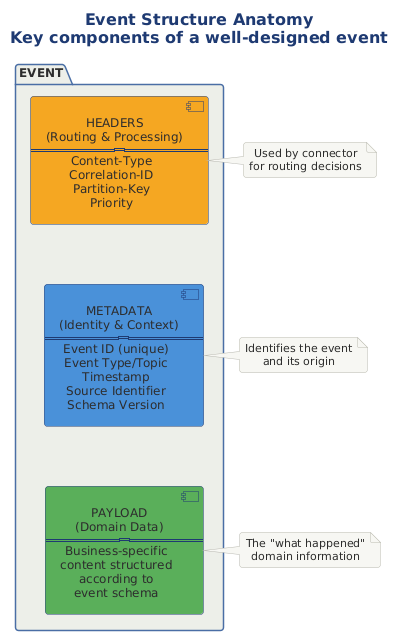
The PlantUML diagram src/architecture/views-and-beyond/style-catalogs/component-and-connector/publish-subscribe-style/png/event-structure-anatomy-key-components-well.png in Notoriousjayy/latex-docs, before a commit.
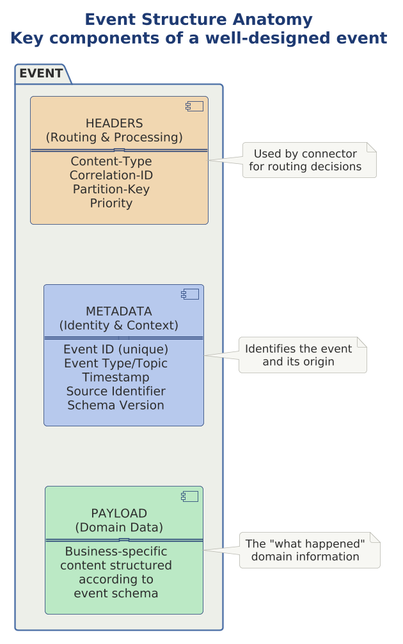
The same file after the commit.

The edit, as a diff of the source:
```diff
@@ -1,15 +1,20 @@
 @startuml
+
+skinparam dpi 150
+
+
+
 
 title Event Structure Anatomy\nKey components of a well-designed event
 
 !include ../../../../../../tooling/styles/plantuml/structural/package-diagram-style.iuml
 
 package "EVENT" {
-    component "HEADERS\n(Routing & Processing)\n====================\nContent-Type\nCorrelation-ID\nPartition-Key\nPriority" as H #F5A623
+    component "HEADERS\n(Routing & Processing)\n====================\nContent-Type\nCorrelation-ID\nPartition-Key\nPriority" as H $deep_caution
 
-    component "METADATA\n(Identity & Context)\n====================\nEvent ID (unique)\nEvent Type/Topic\nTimestamp\nSource Identifier\nSchema Version" as M #4A90D9
+    component "METADATA\n(Identity & Context)\n====================\nEvent ID (unique)\nEvent Type/Topic\nTimestamp\nSource Identifier\nSchema Version" as M $deep_primary
 
-    component "PAYLOAD\n(Domain Data)\n====================\nBusiness-specific\ncontent structured\naccording to\nevent schema" as P #5BAE5B
+    component "PAYLOAD\n(Domain Data)\n====================\nBusiness-specific\ncontent structured\naccording to\nevent schema" as P $deep_ok
 }
 
 note right of H
```
